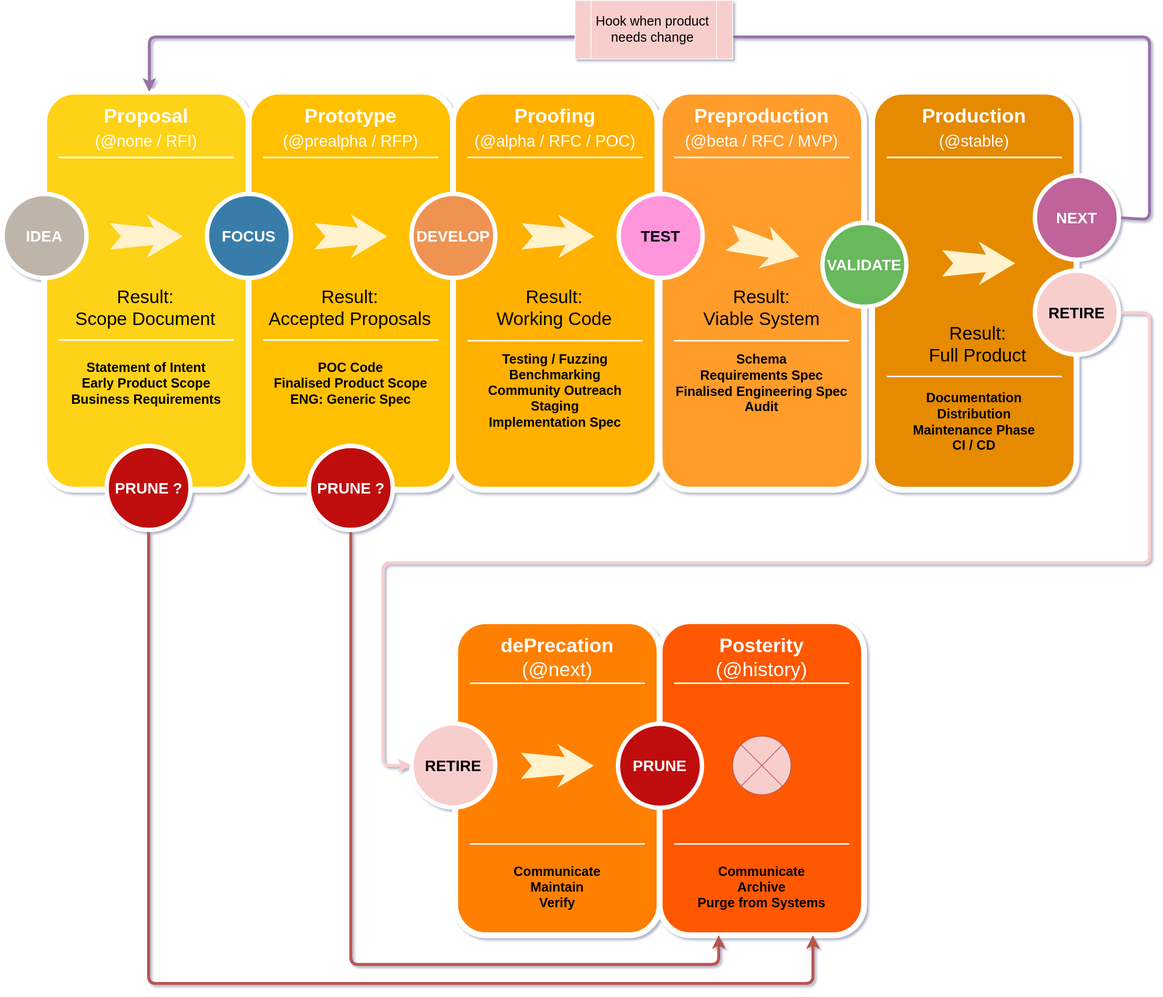
iotaledger/iota-spec-template keeps this draw.io diagram as template/images/7P-Lifecycle.drawio.svg. Above is the earlier version. Source tidied: cells renumbered, new cells last; positions are measured from the earlier drawing's top-left corner, leaving out a move shared by most shapes.
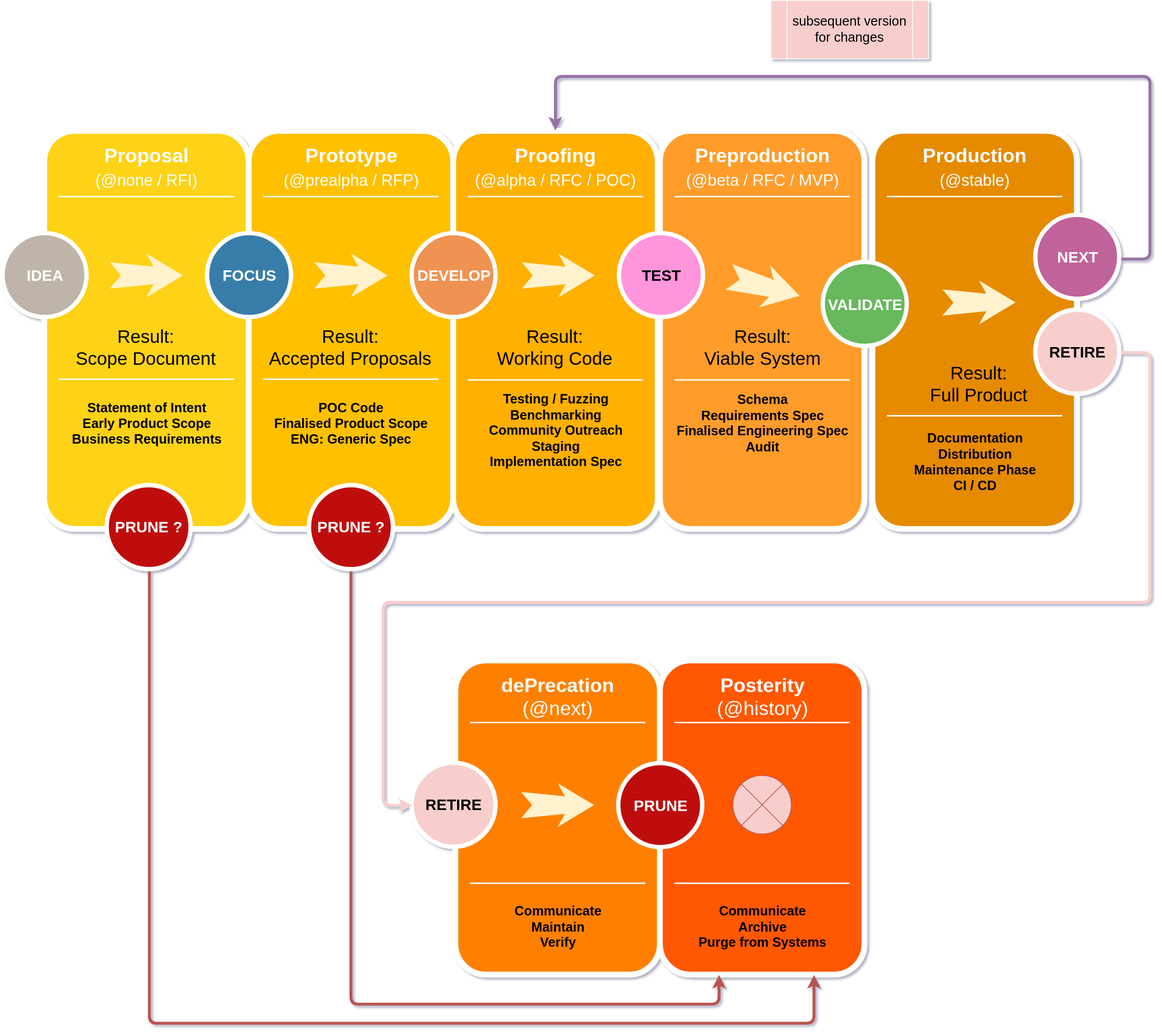
After the commit.

Commit message:
Change to diagram to show feedback loop going to Alpha

Change to the diagram source:
```diff
@@ -119,15 +119,13 @@
     <mxCell id="40" value="&lt;h2&gt;PRUNE&lt;/h2&gt;" style="ellipse;whiteSpace=wrap;html=1;rounded=0;shadow=0;strokeWidth=6;fontSize=14;align=center;fillColor=#BF1111;strokeColor=#FFFFFF;fontColor=#FFFFFF;" parent="1" vertex="1">
       <mxGeometry x="843" y="990.5" width="115" height="115" as="geometry" />
     </mxCell>
-    <mxCell id="41" style="edgeStyle=orthogonalEdgeStyle;rounded=1;jettySize=auto;html=1;exitX=1;exitY=0.5;exitDx=0;exitDy=0;fontSize=18;strokeWidth=4;endArrow=classic;endFill=1;fillColor=#e1d5e7;strokeColor=#9673a6;" parent="1" edge="1" source="42">
+    <mxCell id="41" style="edgeStyle=orthogonalEdgeStyle;rounded=1;jettySize=auto;html=1;exitX=1;exitY=0.5;exitDx=0;exitDy=0;fontSize=18;strokeWidth=4;endArrow=classic;endFill=1;fillColor=#e1d5e7;strokeColor=#9673a6;entryX=0.5;entryY=0;entryDx=0;entryDy=0;" parent="1" edge="1" source="42" target="16">
       <mxGeometry relative="1" as="geometry">
-        <mxPoint x="201" y="125" as="targetPoint" />
         <Array as="points">
-          <mxPoint x="1529" y="300" />
-          <mxPoint x="1571" y="300" />
-          <mxPoint x="1571" y="50" />
-          <mxPoint x="201" y="50" />
-          <mxPoint x="201" y="125" />
+          <mxPoint x="1529" y="300.5" />
+          <mxPoint x="1571" y="300.5" />
+          <mxPoint x="1571" y="50.5" />
+          <mxPoint x="757" y="50.5" />
         </Array>
       </mxGeometry>
     </mxCell>
@@ -173,8 +171,8 @@
     <mxCell id="49" style="shape=sumEllipse;perimeter=ellipsePerimeter;whiteSpace=wrap;html=1;backgroundOutline=1;strokeColor=#b85450;fillColor=#f8cecc;fontSize=18;" parent="1" vertex="1">
       <mxGeometry x="1000" y="1007.5" width="80" height="80" as="geometry" />
     </mxCell>
-    <mxCell id="50" value="Hook when product needs change" style="shape=process;whiteSpace=wrap;html=1;backgroundOutline=1;strokeColor=#FFFFFF;fillColor=#F8CECC;fontSize=18;fontColor=#000000;" parent="1" vertex="1">
-      <mxGeometry x="784" width="216" height="80" as="geometry" />
+    <mxCell id="50" value="subsequent version for changes" style="shape=process;whiteSpace=wrap;html=1;backgroundOutline=1;strokeColor=#FFFFFF;fillColor=#F8CECC;fontSize=18;fontColor=#000000;" parent="1" vertex="1">
+      <mxGeometry x="1052" y="-53.5" width="216" height="80" as="geometry" />
     </mxCell>
     <mxCell id="51" style="whiteSpace=wrap;html=1;rounded=1;shadow=0;strokeWidth=8;fontSize=20;align=center;fillColor=#FF9C2B;strokeColor=#FFFFFF;" parent="1" vertex="1">
       <mxGeometry x="900" y="125" width="280" height="545" as="geometry" />
```
